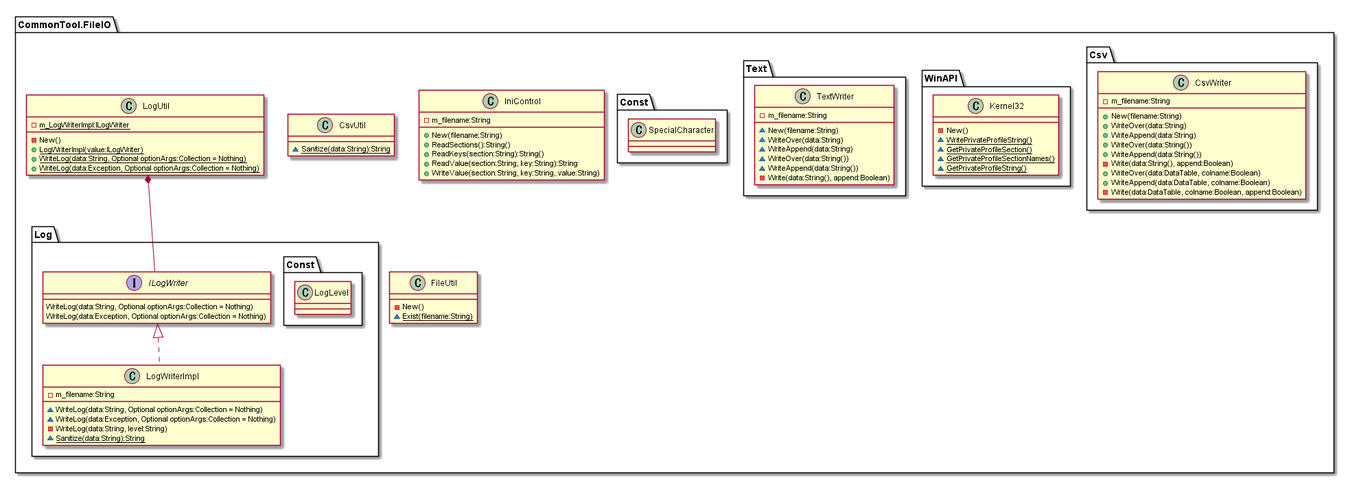
The PlantUML diagram doc/03_SubSystem別/CommonTool.FileIO/03_内部設計/クラス図.png in hirorich/CommonTool, before a commit.
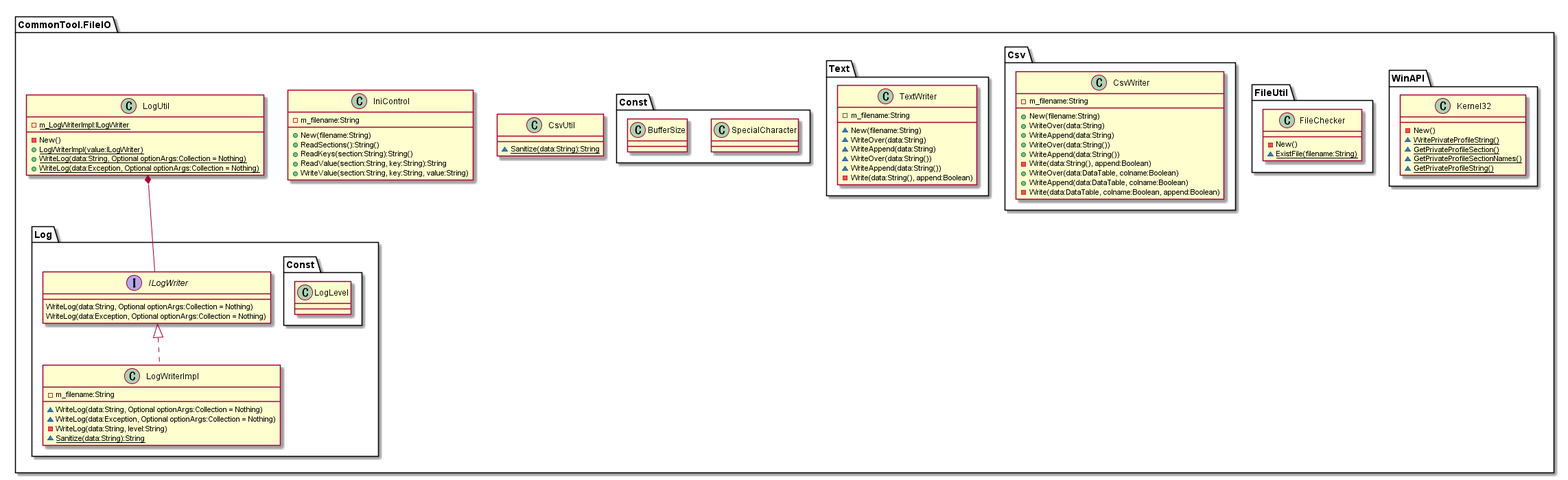
After the commit.

Change to the diagram source:
```diff
@@ -24,9 +24,11 @@
       + {static}WriteLog(data:Exception, Optional optionArgs:Collection = Nothing)
     }
 
-    class FileUtil {
-      - New()
-      ~ {static}Exist(filename:String)
+    package FileUtil {
+        class FileChecker {
+          - New()
+          ~ {static}ExistFile(filename:String)
+        }
     }
 
     package WinAPI {
@@ -92,6 +94,7 @@
 
     package Const as FileIO.Const {
         class SpecialCharacter
+        class BufferSize
     }
 }
 
```
